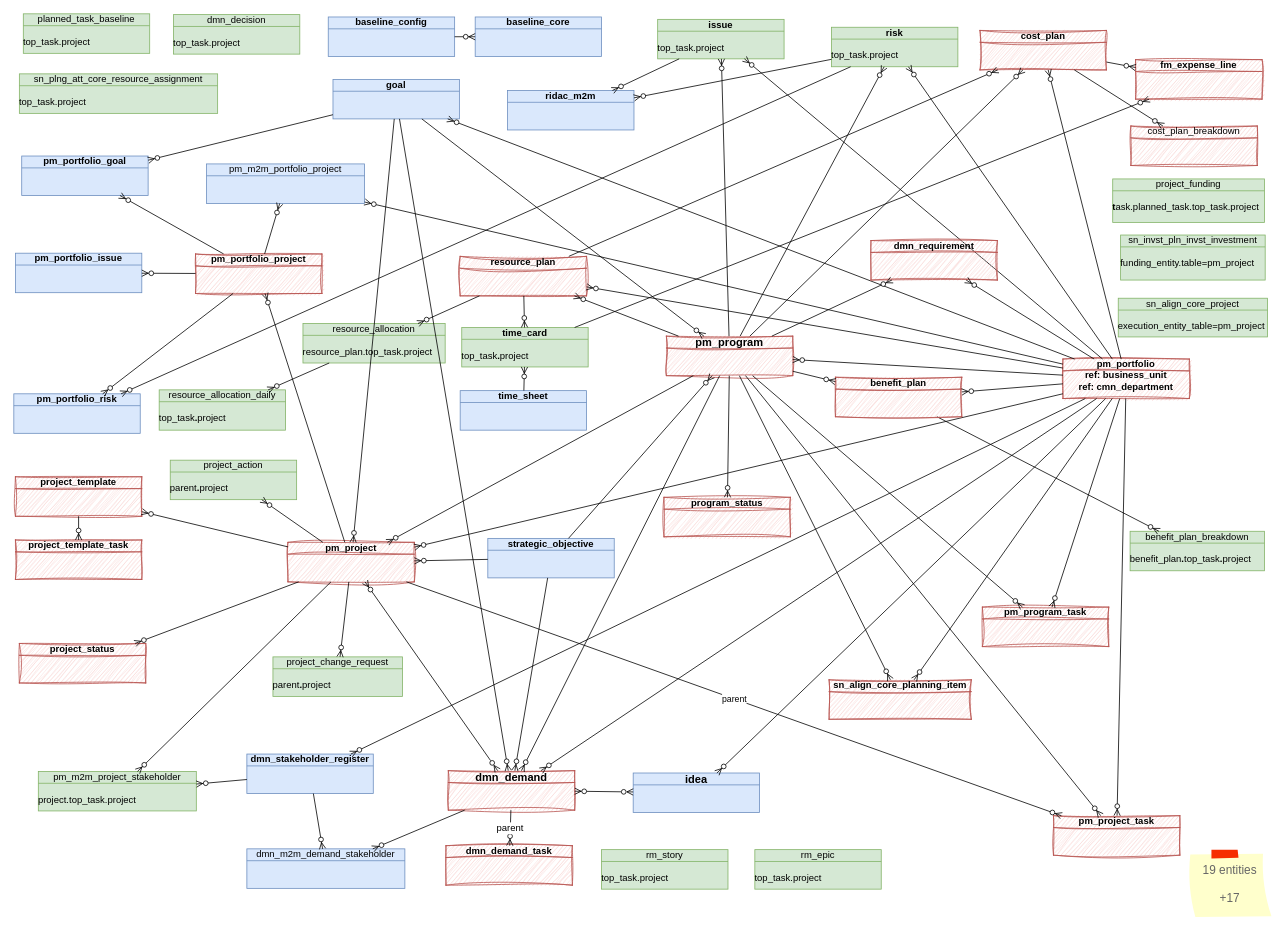
algimas/tmp keeps this draw.io diagram as page "justContextDB" (2 of 15) of JTI.drawio. Above is the earlier version. Source tidied: cells renumbered, new cells numbered last; positions are measured from the earlier drawing's top-left corner, leaving out a move shared by most shapes. Both pictures are drawn from the tidied source at 79%, with x=0, y=0 at pixel (13, 13).
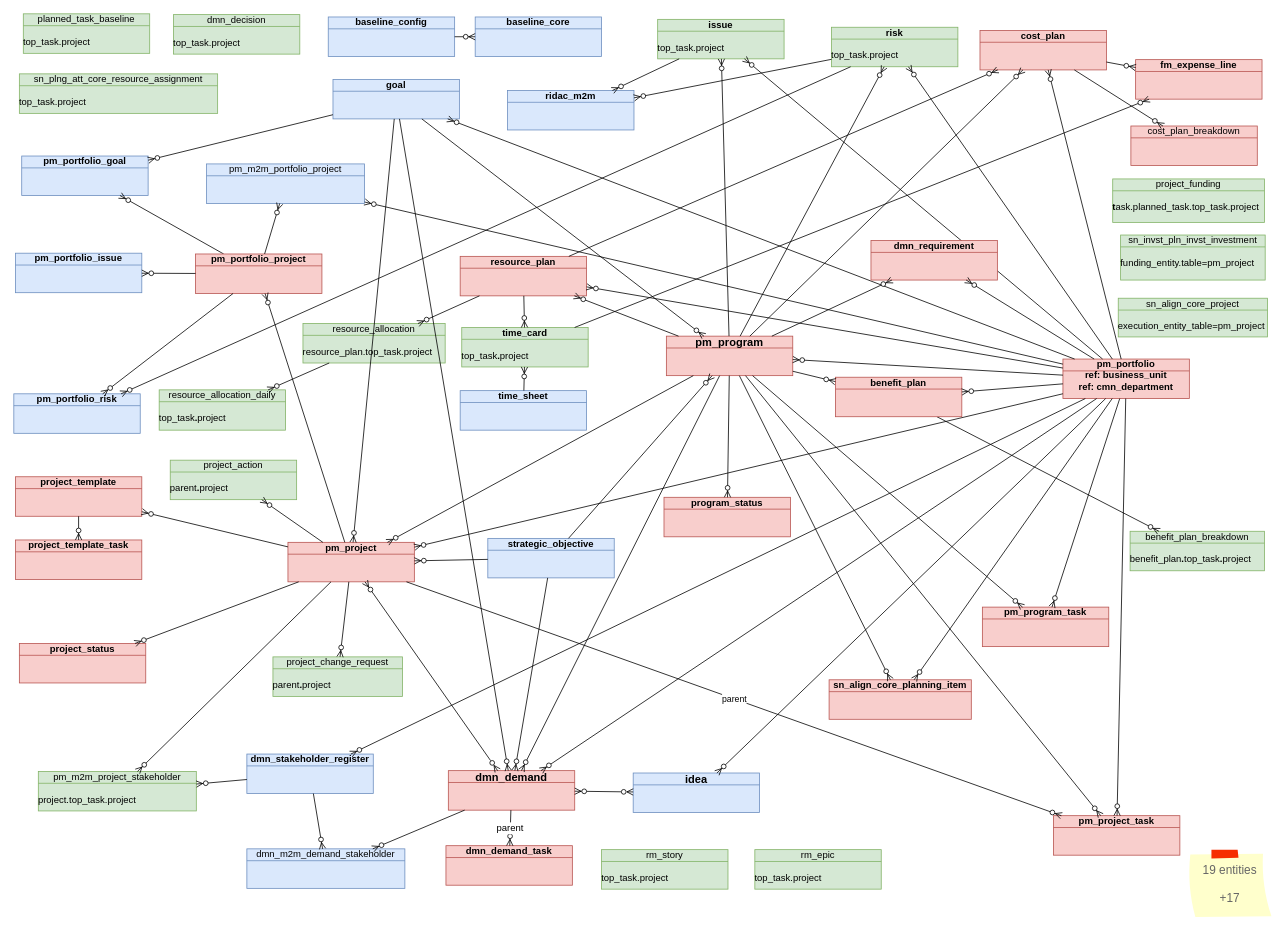
The same page after the edit.

Change to the diagram source:
```diff
@@
-    <mxCell id="9" value="pm_project" style="html=1;outlineConnect=0;whiteSpace=wrap;fillColor=#f8cecc;shape=mxgraph.archimate3.businessObject;overflow=fill;strokeColor=#b85450;fontStyle=1;sketch=1;curveFitting=1;jiggle=2;" parent="1" vertex="1">
+    <mxCell id="9" value="pm_project" style="html=1;outlineConnect=0;whiteSpace=wrap;fillColor=#f8cecc;shape=mxgraph.archimate3.businessObject;overflow=fill;strokeColor=#b85450;fontStyle=1;" parent="1" vertex="1">
       <mxGeometry x="347" y="669" width="160" height="50" as="geometry" />
     </mxCell>
-    <mxCell id="10" value="project_template" style="html=1;outlineConnect=0;whiteSpace=wrap;fillColor=#f8cecc;shape=mxgraph.archimate3.businessObject;overflow=fill;strokeColor=#b85450;fontStyle=1;sketch=1;curveFitting=1;jiggle=2;" parent="1" vertex="1">
+    <mxCell id="10" value="project_template" style="html=1;outlineConnect=0;whiteSpace=wrap;fillColor=#f8cecc;shape=mxgraph.archimate3.businessObject;overflow=fill;strokeColor=#b85450;fontStyle=1;" parent="1" vertex="1">
       <mxGeometry x="2" y="586" width="160" height="50" as="geometry" />
     </mxCell>
@@
-    <mxCell id="12" value="dmn_demand" style="html=1;outlineConnect=0;whiteSpace=wrap;fillColor=#f8cecc;shape=mxgraph.archimate3.businessObject;overflow=fill;strokeColor=#b85450;fontStyle=1;fontSize=14;sketch=1;curveFitting=1;jiggle=2;" parent="1" vertex="1">
+    <mxCell id="12" value="dmn_demand" style="html=1;outlineConnect=0;whiteSpace=wrap;fillColor=#f8cecc;shape=mxgraph.archimate3.businessObject;overflow=fill;strokeColor=#b85450;fontStyle=1;fontSize=14;" parent="1" vertex="1">
       <mxGeometry x="550" y="958" width="160" height="50" as="geometry" />
     </mxCell>
-    <mxCell id="13" value="pm_program_task" style="html=1;outlineConnect=0;whiteSpace=wrap;fillColor=#f8cecc;shape=mxgraph.archimate3.businessObject;overflow=fill;strokeColor=#b85450;fontStyle=1;sketch=1;curveFitting=1;jiggle=2;" parent="1" vertex="1">
+    <mxCell id="13" value="pm_program_task" style="html=1;outlineConnect=0;whiteSpace=wrap;fillColor=#f8cecc;shape=mxgraph.archimate3.businessObject;overflow=fill;strokeColor=#b85450;fontStyle=1;" parent="1" vertex="1">
       <mxGeometry x="1226" y="751" width="160" height="50" as="geometry" />
     </mxCell>
-    <mxCell id="14" value="&lt;span&gt;pm_portfolio&lt;/span&gt;&lt;div&gt;ref: business_unit&lt;/div&gt;&lt;div&gt;ref: cmn_department&lt;/div&gt;" style="html=1;outlineConnect=0;whiteSpace=wrap;fillColor=#f8cecc;shape=mxgraph.archimate3.businessObject;overflow=fill;strokeColor=#b85450;fontStyle=1;sketch=1;curveFitting=1;jiggle=2;" parent="1" vertex="1">
+    <mxCell id="14" value="&lt;span&gt;pm_portfolio&lt;/span&gt;&lt;div&gt;ref: business_unit&lt;/div&gt;&lt;div&gt;ref: cmn_department&lt;/div&gt;" style="html=1;outlineConnect=0;whiteSpace=wrap;fillColor=#f8cecc;shape=mxgraph.archimate3.businessObject;overflow=fill;strokeColor=#b85450;fontStyle=1;" parent="1" vertex="1">
       <mxGeometry x="1328" y="437" width="160" height="50" as="geometry" />
     </mxCell>
@@
-    <mxCell id="16" value="project_status" style="html=1;outlineConnect=0;whiteSpace=wrap;fillColor=#f8cecc;shape=mxgraph.archimate3.businessObject;overflow=fill;strokeColor=#b85450;fontStyle=1;sketch=1;curveFitting=1;jiggle=2;" parent="1" vertex="1">
+    <mxCell id="16" value="project_status" style="html=1;outlineConnect=0;whiteSpace=wrap;fillColor=#f8cecc;shape=mxgraph.archimate3.businessObject;overflow=fill;strokeColor=#b85450;fontStyle=1;" parent="1" vertex="1">
       <mxGeometry x="7" y="797" width="160" height="50" as="geometry" />
     </mxCell>
@@
-    <mxCell id="19" value="pm_portfolio_project" style="html=1;outlineConnect=0;whiteSpace=wrap;fillColor=#f8cecc;shape=mxgraph.archimate3.businessObject;overflow=fill;strokeColor=#b85450;fontStyle=1;sketch=1;curveFitting=1;jiggle=2;" parent="1" vertex="1">
+    <mxCell id="19" value="pm_portfolio_project" style="html=1;outlineConnect=0;whiteSpace=wrap;fillColor=#f8cecc;shape=mxgraph.archimate3.businessObject;overflow=fill;strokeColor=#b85450;fontStyle=1;" parent="1" vertex="1">
       <mxGeometry x="230" y="304" width="160" height="50" as="geometry" />
     </mxCell>
@@
-    <mxCell id="21" value="pm_project_task" style="html=1;outlineConnect=0;whiteSpace=wrap;fillColor=#f8cecc;shape=mxgraph.archimate3.businessObject;overflow=fill;strokeColor=#b85450;fontStyle=1;sketch=1;curveFitting=1;jiggle=2;" parent="1" vertex="1">
+    <mxCell id="21" value="pm_project_task" style="html=1;outlineConnect=0;whiteSpace=wrap;fillColor=#f8cecc;shape=mxgraph.archimate3.businessObject;overflow=fill;strokeColor=#b85450;fontStyle=1;" parent="1" vertex="1">
       <mxGeometry x="1316" y="1015" width="160" height="50" as="geometry" />
     </mxCell>
@@
-    <mxCell id="23" value="dmn_demand_task" style="html=1;outlineConnect=0;whiteSpace=wrap;fillColor=#f8cecc;shape=mxgraph.archimate3.businessObject;overflow=fill;strokeColor=#b85450;fontStyle=1;sketch=1;curveFitting=1;jiggle=2;" parent="1" vertex="1">
+    <mxCell id="23" value="dmn_demand_task" style="html=1;outlineConnect=0;whiteSpace=wrap;fillColor=#f8cecc;shape=mxgraph.archimate3.businessObject;overflow=fill;strokeColor=#b85450;fontStyle=1;" parent="1" vertex="1">
       <mxGeometry x="547" y="1053" width="160" height="50" as="geometry" />
     </mxCell>
@@
-    <mxCell id="25" value="project_template_task" style="html=1;outlineConnect=0;whiteSpace=wrap;fillColor=#f8cecc;shape=mxgraph.archimate3.businessObject;overflow=fill;strokeColor=#b85450;fontStyle=1;sketch=1;curveFitting=1;jiggle=2;" parent="1" vertex="1">
+    <mxCell id="25" value="project_template_task" style="html=1;outlineConnect=0;whiteSpace=wrap;fillColor=#f8cecc;shape=mxgraph.archimate3.businessObject;overflow=fill;strokeColor=#b85450;fontStyle=1;" parent="1" vertex="1">
       <mxGeometry x="2" y="666" width="160" height="50" as="geometry" />
     </mxCell>
@@
-    <mxCell id="33" value="pm_program" style="html=1;outlineConnect=0;whiteSpace=wrap;fillColor=#f8cecc;shape=mxgraph.archimate3.businessObject;overflow=fill;strokeColor=#b85450;fontStyle=1;fontSize=14;sketch=1;curveFitting=1;jiggle=2;" parent="1" vertex="1">
+    <mxCell id="33" value="pm_program" style="html=1;outlineConnect=0;whiteSpace=wrap;fillColor=#f8cecc;shape=mxgraph.archimate3.businessObject;overflow=fill;strokeColor=#b85450;fontStyle=1;fontSize=14;" parent="1" vertex="1">
       <mxGeometry x="826" y="408" width="160" height="50" as="geometry" />
     </mxCell>
@@
-    <mxCell id="51" value="cost_plan" style="html=1;outlineConnect=0;whiteSpace=wrap;fillColor=#f8cecc;shape=mxgraph.archimate3.businessObject;overflow=fill;strokeColor=#b85450;fontStyle=1;shadow=0;sketch=1;curveFitting=1;jiggle=2;" parent="1" vertex="1">
+    <mxCell id="51" value="cost_plan" style="html=1;outlineConnect=0;whiteSpace=wrap;fillColor=#f8cecc;shape=mxgraph.archimate3.businessObject;overflow=fill;strokeColor=#b85450;fontStyle=1;shadow=0;" parent="1" vertex="1">
       <mxGeometry x="1223" y="21" width="160" height="50" as="geometry" />
     </mxCell>
@@
-    <mxCell id="74" value="fm_expense_line" style="html=1;outlineConnect=0;whiteSpace=wrap;fillColor=#f8cecc;shape=mxgraph.archimate3.businessObject;overflow=fill;strokeColor=#b85450;fontStyle=1;sketch=1;curveFitting=1;jiggle=2;" parent="1" vertex="1">
+    <mxCell id="74" value="fm_expense_line" style="html=1;outlineConnect=0;whiteSpace=wrap;fillColor=#f8cecc;shape=mxgraph.archimate3.businessObject;overflow=fill;strokeColor=#b85450;fontStyle=1;" parent="1" vertex="1">
       <mxGeometry x="1420" y="58" width="160" height="50" as="geometry" />
     </mxCell>
-    <mxCell id="75" value="cost_plan_breakdown" style="html=1;outlineConnect=0;whiteSpace=wrap;fillColor=#f8cecc;shape=mxgraph.archimate3.businessObject;overflow=fill;strokeColor=#b85450;sketch=1;curveFitting=1;jiggle=2;" parent="1" vertex="1">
+    <mxCell id="75" value="cost_plan_breakdown" style="html=1;outlineConnect=0;whiteSpace=wrap;fillColor=#f8cecc;shape=mxgraph.archimate3.businessObject;overflow=fill;strokeColor=#b85450;" parent="1" vertex="1">
       <mxGeometry x="1414" y="142" width="160" height="50" as="geometry" />
     </mxCell>
@@
-    <mxCell id="78" value="dmn_requirement" style="html=1;outlineConnect=0;whiteSpace=wrap;fillColor=#f8cecc;shape=mxgraph.archimate3.businessObject;overflow=fill;strokeColor=#b85450;fontStyle=1;sketch=1;curveFitting=1;jiggle=2;" parent="1" vertex="1">
+    <mxCell id="78" value="dmn_requirement" style="html=1;outlineConnect=0;whiteSpace=wrap;fillColor=#f8cecc;shape=mxgraph.archimate3.businessObject;overflow=fill;strokeColor=#b85450;fontStyle=1;" parent="1" vertex="1">
       <mxGeometry x="1085" y="287" width="160" height="50" as="geometry" />
     </mxCell>
@@
-    <mxCell id="81" value="sn_align_core_planning_item" style="html=1;outlineConnect=0;whiteSpace=wrap;fillColor=#f8cecc;shape=mxgraph.archimate3.businessObject;overflow=fill;strokeColor=#b85450;fontStyle=1;sketch=1;curveFitting=1;jiggle=2;" parent="1" vertex="1">
+    <mxCell id="81" value="sn_align_core_planning_item" style="html=1;outlineConnect=0;whiteSpace=wrap;fillColor=#f8cecc;shape=mxgraph.archimate3.businessObject;overflow=fill;strokeColor=#b85450;fontStyle=1;" parent="1" vertex="1">
       <mxGeometry x="1032" y="843" width="180" height="50" as="geometry" />
     </mxCell>
@@
-    <mxCell id="84" value="resource_plan" style="html=1;outlineConnect=0;whiteSpace=wrap;fillColor=#f8cecc;shape=mxgraph.archimate3.businessObject;overflow=fill;strokeColor=#b85450;fontStyle=1;sketch=1;curveFitting=1;jiggle=2;" parent="1" vertex="1">
+    <mxCell id="84" value="resource_plan" style="html=1;outlineConnect=0;whiteSpace=wrap;fillColor=#f8cecc;shape=mxgraph.archimate3.businessObject;overflow=fill;strokeColor=#b85450;fontStyle=1;" parent="1" vertex="1">
       <mxGeometry x="565" y="307" width="160" height="50" as="geometry" />
     </mxCell>
@@
-    <mxCell id="93" value="benefit_plan" style="html=1;outlineConnect=0;whiteSpace=wrap;fillColor=#f8cecc;shape=mxgraph.archimate3.businessObject;overflow=fill;strokeColor=#b85450;fontStyle=1;sketch=1;curveFitting=1;jiggle=2;" parent="1" vertex="1">
+    <mxCell id="93" value="benefit_plan" style="html=1;outlineConnect=0;whiteSpace=wrap;fillColor=#f8cecc;shape=mxgraph.archimate3.businessObject;overflow=fill;strokeColor=#b85450;fontStyle=1;" parent="1" vertex="1">
       <mxGeometry x="1040" y="460" width="160" height="50" as="geometry" />
     </mxCell>
@@
-    <mxCell id="103" value="program_status" style="html=1;outlineConnect=0;whiteSpace=wrap;fillColor=#f8cecc;shape=mxgraph.archimate3.businessObject;overflow=fill;strokeColor=#b85450;fontStyle=1;sketch=1;curveFitting=1;jiggle=2;" parent="1" vertex="1">
+    <mxCell id="103" value="program_status" style="html=1;outlineConnect=0;whiteSpace=wrap;fillColor=#f8cecc;shape=mxgraph.archimate3.businessObject;overflow=fill;strokeColor=#b85450;fontStyle=1;" parent="1" vertex="1">
       <mxGeometry x="823" y="612" width="160" height="50" as="geometry" />
     </mxCell>
```
